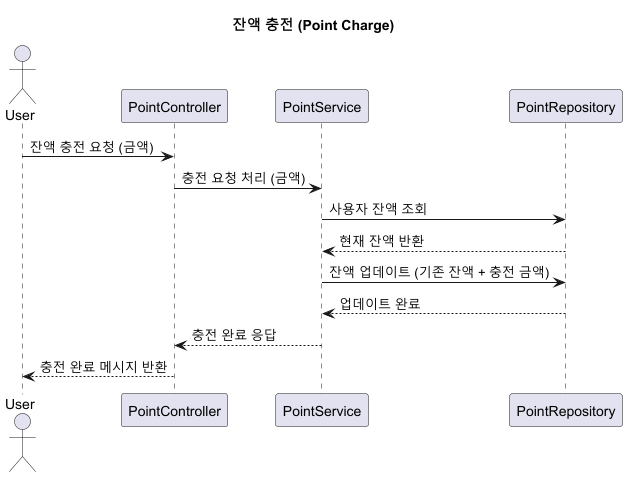
Earlier version of the PlantUML export docs/sequencediagram/point/pointview.png (LeeDongWoo99/hhplus-concert).
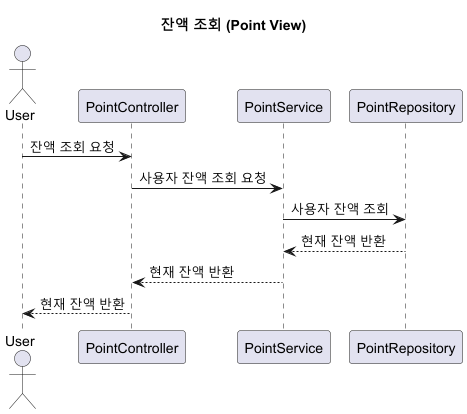
After the change.

Commit message:
docs: pointview 이미지 수정

Change to the diagram source:
```diff
@@ -1,18 +1,16 @@
 @startuml
-title 잔액 충전 (Point Charge)
+title 잔액 조회 (Point View)
 
 actor User
 participant "PointController" as PC
 participant "PointService" as PS
 participant "PointRepository" as PR
 
-User -> PC: 잔액 충전 요청 (금액)
-PC -> PS: 충전 요청 처리 (금액)
+User -> PC: 잔액 조회 요청
+PC -> PS: 사용자 잔액 조회 요청
 PS -> PR: 사용자 잔액 조회
 PR --> PS: 현재 잔액 반환
-PS -> PR: 잔액 업데이트 (기존 잔액 + 충전 금액)
-PR --> PS: 업데이트 완료
-PS --> PC: 충전 완료 응답
-PC --> User: 충전 완료 메시지 반환
+PS --> PC: 현재 잔액 반환
+PC --> User: 현재 잔액 반환
 
 @enduml
```
